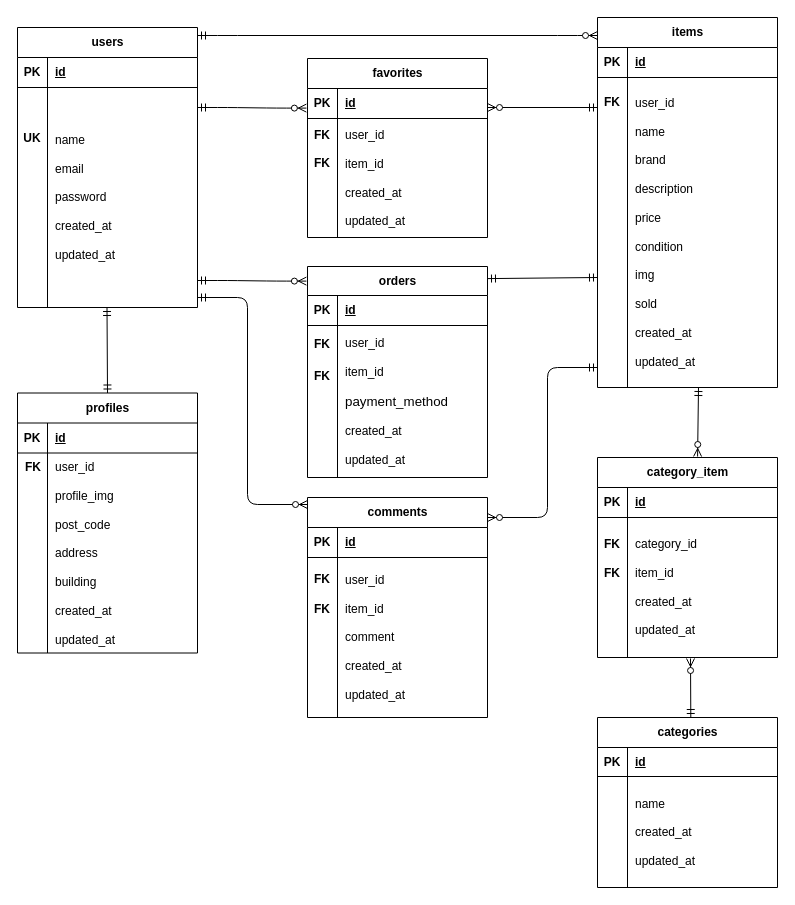
Earlier version of the draw.io diagram erd.drawio (sara-1003/free-market-app). Source tidied: cells renumbered, new cells numbered last; positions are measured from the earlier drawing's top-left corner, leaving out a move shared by most shapes. Both pictures are drawn from the tidied source at 100%, with x=0, y=0 at pixel (17, 17).
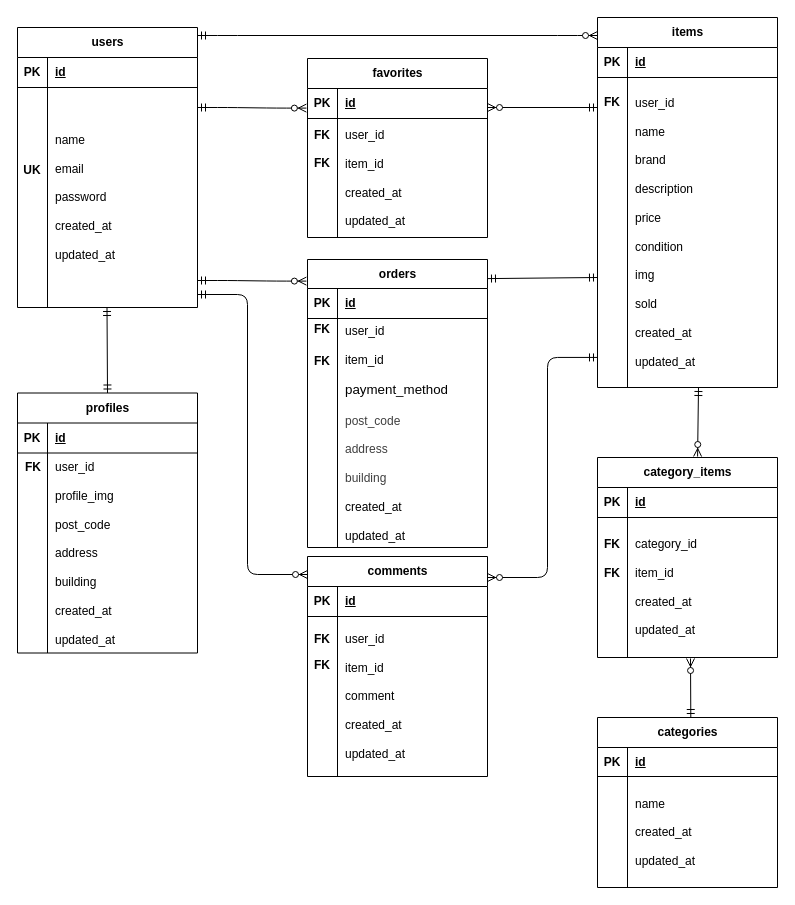
The same page after the edit.

The change refers to these unchanged cells:
```xml
<mxCell id="14" style="shape=tableRow;horizontal=0;startSize=0;swimlaneHead=0;swimlaneBody=0;fillColor=none;points=[[0,0.5],[1,0.5]];portConstraint=eastwest;top=0;left=0;right=0;bottom=0;" parent="10" vertex="1">
  <mxGeometry y="60" width="180" height="310" as="geometry" />
</mxCell>
<mxCell id="18" style="group;" parent="1" vertex="1">
  <mxGeometry y="10" width="180" height="280" as="geometry" />
</mxCell>
<mxCell id="27" style="group;" parent="1" vertex="1">
  <mxGeometry x="580" y="440" width="180" height="210" as="geometry" />
</mxCell>
<mxCell id="54" style="group;" parent="1" vertex="1">
  <mxGeometry x="290" y="480" width="180" height="364" as="geometry" />
</mxCell>
```

Change to the diagram source:
```diff
@@
     <mxCell id="26" value="UK" style="shape=partialRectangle;fillColor=none;top=0;left=0;bottom=0;right=0;fontStyle=1;overflow=hidden;whiteSpace=wrap;html=1;" parent="18" vertex="1">
-      <mxGeometry y="100" width="30" height="22.3" as="geometry" />
+      <mxGeometry y="132" width="30" height="22.3" as="geometry" />
     </mxCell>
@@
-    <mxCell id="28" value="category_item" style="shape=table;startSize=30;childLayout=tableLayout;rowLines=0;fontStyle=1;align=center;html=1;" parent="27" vertex="1">
+    <mxCell id="28" value="category_items" style="shape=table;startSize=30;childLayout=tableLayout;rowLines=0;fontStyle=1;align=center;html=1;" parent="27" vertex="1">
       <mxGeometry width="180" height="200" as="geometry" />
     </mxCell>
@@
     <mxCell id="47" value="comments" style="shape=table;startSize=30;childLayout=tableLayout;rowLines=0;fontStyle=1;align=center;html=1;" parent="1" vertex="1">
-      <mxGeometry x="290" y="480" width="180" height="220" as="geometry" />
+      <mxGeometry x="290" y="539" width="180" height="220" as="geometry" />
     </mxCell>
@@
     <mxCell id="55" value="FK" style="shape=partialRectangle;fillColor=none;top=0;left=0;bottom=0;right=0;fontStyle=1;overflow=hidden;whiteSpace=wrap;html=1;" parent="54" vertex="1">
-      <mxGeometry y="67" width="30" height="30" as="geometry" />
+      <mxGeometry y="153" width="30" height="30" as="geometry" />
     </mxCell>
     <mxCell id="56" value="FK" style="shape=partialRectangle;fillColor=none;top=0;left=0;bottom=0;right=0;fontStyle=1;overflow=hidden;whiteSpace=wrap;html=1;" parent="54" vertex="1">
-      <mxGeometry y="97" width="30" height="30" as="geometry" />
+      <mxGeometry y="127" width="30" height="30" as="geometry" />
     </mxCell>
@@
-    <mxCell id="61" value="FK" style="shape=partialRectangle;fillColor=none;top=0;left=0;bottom=0;right=0;fontStyle=1;overflow=hidden;whiteSpace=wrap;html=1;" parent="1" vertex="1">
-      <mxGeometry x="290" y="313.5" width="30" height="27" as="geometry" />
-    </mxCell>
-    <mxCell id="62" value="FK" style="shape=partialRectangle;fillColor=none;top=0;left=0;bottom=0;right=0;fontStyle=1;overflow=hidden;whiteSpace=wrap;html=1;" parent="1" vertex="1">
-      <mxGeometry x="290" y="342" width="30" height="33.5" as="geometry" />
-    </mxCell>
     <mxCell id="63" value="orders" style="shape=table;startSize=29;childLayout=tableLayout;rowLines=0;fontStyle=1;align=center;html=1;" parent="1" vertex="1">
-      <mxGeometry x="290" y="249" width="180" height="211" as="geometry" />
+      <mxGeometry x="290" y="242" width="180" height="288" as="geometry" />
     </mxCell>
@@
     <mxCell id="67" style="shape=tableRow;horizontal=0;startSize=0;swimlaneHead=0;swimlaneBody=0;fillColor=none;top=0;left=0;right=0;bottom=0;" parent="63" vertex="1">
-      <mxGeometry y="59" width="180" height="152" as="geometry" />
+      <mxGeometry y="59" width="180" height="229" as="geometry" />
     </mxCell>
     <mxCell id="68" style="shape=partialRectangle;fillColor=none;top=0;left=0;bottom=0;right=0;overflow=hidden;whiteSpace=wrap;html=1;" parent="67" vertex="1">
-      <mxGeometry width="30" height="152" as="geometry" />
+      <mxGeometry width="30" height="229" as="geometry" />
     </mxCell>
-    <mxCell id="69" value="&lt;span style=&quot;background-color: transparent;&quot;&gt;&lt;font color=&quot;#000000&quot;&gt;user&lt;/font&gt;_id&lt;/span&gt;&lt;div&gt;&lt;div&gt;&lt;font color=&quot;#000000&quot;&gt;&lt;br&gt;&lt;/font&gt;&lt;/div&gt;&lt;div&gt;&lt;font color=&quot;#000000&quot;&gt;item_id&lt;/font&gt;&lt;/div&gt;&lt;div&gt;&lt;font color=&quot;#000000&quot;&gt;&lt;br&gt;&lt;/font&gt;&lt;/div&gt;&lt;div&gt;&lt;span style=&quot;caret-color: rgb(0, 0, 0); color: rgb(0, 0, 0); font-size: 10pt; font-family: Arial;&quot;&gt;payment_method&lt;/span&gt;&lt;/div&gt;&lt;div&gt;&lt;div&gt;&lt;br&gt;&lt;/div&gt;&lt;div&gt;&lt;div&gt;&lt;div&gt;&lt;div&gt;created_at&lt;/div&gt;&lt;div&gt;&lt;br&gt;&lt;/div&gt;&lt;div&gt;updated_at&lt;/div&gt;&lt;/div&gt;&lt;/div&gt;&lt;/div&gt;&lt;/div&gt;&lt;/div&gt;" style="shape=partialRectangle;fillColor=none;top=0;left=0;bottom=0;right=0;align=left;spacingLeft=6;overflow=hidden;whiteSpace=wrap;html=1;" parent="67" vertex="1">
-      <mxGeometry x="30" width="150" height="152" as="geometry" />
+    <mxCell id="69" value="&lt;span style=&quot;background-color: transparent;&quot;&gt;&lt;font color=&quot;#000000&quot;&gt;user&lt;/font&gt;_id&lt;/span&gt;&lt;div&gt;&lt;div&gt;&lt;font color=&quot;#000000&quot;&gt;&lt;br&gt;&lt;/font&gt;&lt;/div&gt;&lt;div&gt;&lt;font color=&quot;#000000&quot;&gt;item_id&lt;/font&gt;&lt;/div&gt;&lt;div&gt;&lt;font color=&quot;#000000&quot;&gt;&lt;br&gt;&lt;/font&gt;&lt;/div&gt;&lt;div&gt;&lt;span style=&quot;caret-color: rgb(0, 0, 0); color: rgb(0, 0, 0); font-size: 10pt; font-family: Arial;&quot;&gt;payment_method&lt;/span&gt;&lt;/div&gt;&lt;div&gt;&lt;span style=&quot;caret-color: rgb(0, 0, 0); color: rgb(0, 0, 0); font-size: 10pt; font-family: Arial;&quot;&gt;&lt;br&gt;&lt;/span&gt;&lt;/div&gt;&lt;div&gt;&lt;span style=&quot;caret-color: rgb(0, 0, 0); color: rgb(0, 0, 0); font-size: 10pt; font-family: Arial;&quot;&gt;&lt;div style=&quot;color: rgb(63, 63, 63); font-family: Helvetica; font-size: 12px;&quot;&gt;post_code&lt;/div&gt;&lt;div style=&quot;color: rgb(63, 63, 63); font-family: Helvetica; font-size: 12px;&quot;&gt;&lt;br&gt;&lt;/div&gt;&lt;div style=&quot;color: rgb(63, 63, 63); font-family: Helvetica; font-size: 12px;&quot;&gt;address&lt;/div&gt;&lt;div style=&quot;color: rgb(63, 63, 63); font-family: Helvetica; font-size: 12px;&quot;&gt;&lt;br&gt;&lt;/div&gt;&lt;div style=&quot;color: rgb(63, 63, 63); font-family: Helvetica; font-size: 12px;&quot;&gt;building&lt;/div&gt;&lt;/span&gt;&lt;/div&gt;&lt;div&gt;&lt;div&gt;&lt;br&gt;&lt;/div&gt;&lt;div&gt;&lt;div&gt;&lt;div&gt;&lt;div&gt;created_at&lt;/div&gt;&lt;div&gt;&lt;br&gt;&lt;/div&gt;&lt;div&gt;updated_at&lt;/div&gt;&lt;/div&gt;&lt;/div&gt;&lt;/div&gt;&lt;/div&gt;&lt;/div&gt;" style="shape=partialRectangle;fillColor=none;top=0;left=0;bottom=0;right=0;align=left;spacingLeft=6;overflow=hidden;whiteSpace=wrap;html=1;" parent="67" vertex="1">
+      <mxGeometry x="30" width="150" height="229" as="geometry" />
     </mxCell>
     <mxCell id="70" style="edgeStyle=orthogonalEdgeStyle;fontSize=12;html=1;endArrow=ERzeroToMany;startArrow=ERmandOne;" parent="1" edge="1">
       <mxGeometry relative="1" as="geometry">
-        <mxPoint x="180" y="280" as="sourcePoint" />
-        <mxPoint x="290" y="487" as="targetPoint" />
+        <mxPoint x="180" y="277" as="sourcePoint" />
+        <mxPoint x="290" y="557" as="targetPoint" />
         <Array as="points">
-          <mxPoint x="230" y="280" />
-          <mxPoint x="230" y="487" />
+          <mxPoint x="230" y="277" />
+          <mxPoint x="230" y="557" />
         </Array>
       </mxGeometry>
     </mxCell>
-    <mxCell id="71" style="edgeStyle=elbowEdgeStyle;fontSize=12;html=1;endArrow=ERzeroToMany;startArrow=ERmandOne;" parent="1" edge="1">
+    <mxCell id="71" style="edgeStyle=elbowEdgeStyle;fontSize=12;html=1;endArrow=ERzeroToMany;startArrow=ERmandOne;exitX=0;exitY=0.903;exitDx=0;exitDy=0;exitPerimeter=0;" parent="1" edge="1" source="14">
       <mxGeometry relative="1" as="geometry">
-        <mxPoint x="580" y="350" as="sourcePoint" />
-        <mxPoint x="470" y="500" as="targetPoint" />
+        <mxPoint x="470" y="560" as="targetPoint" />
         <Array as="points">
-          <mxPoint x="530" y="430" />
+          <mxPoint x="530" y="490" />
         </Array>
       </mxGeometry>
     </mxCell>
@@
+    <mxCell id="61" value="FK" style="shape=partialRectangle;fillColor=none;top=0;left=0;bottom=0;right=0;fontStyle=1;overflow=hidden;whiteSpace=wrap;html=1;" parent="1" vertex="1">
+      <mxGeometry x="290" y="298.5" width="30" height="27" as="geometry" />
+    </mxCell>
+    <mxCell id="62" value="FK" style="shape=partialRectangle;fillColor=none;top=0;left=0;bottom=0;right=0;fontStyle=1;overflow=hidden;whiteSpace=wrap;html=1;" parent="1" vertex="1">
+      <mxGeometry x="290" y="327" width="30" height="33.5" as="geometry" />
+    </mxCell>
```
